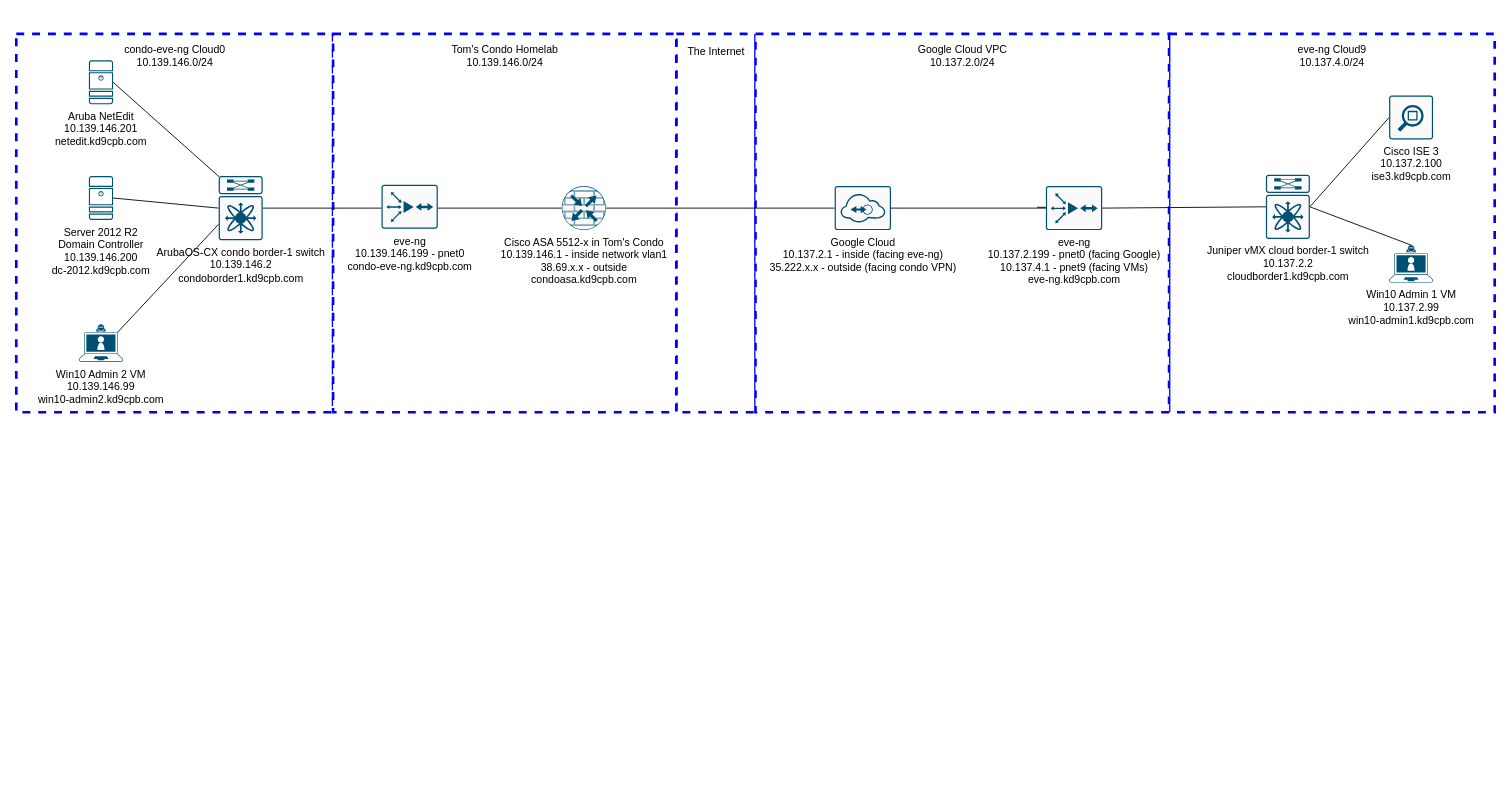
This is lab1/initial_lab.drawio from lboue/homelab, a draw.io file, before an edit. Source tidied: cells renumbered, new cells numbered last; positions are measured from the earlier drawing's top-left corner, leaving out a move shared by most shapes. Both pictures are drawn from the tidied source at 88%, with x=0, y=0 at pixel (16, 33).
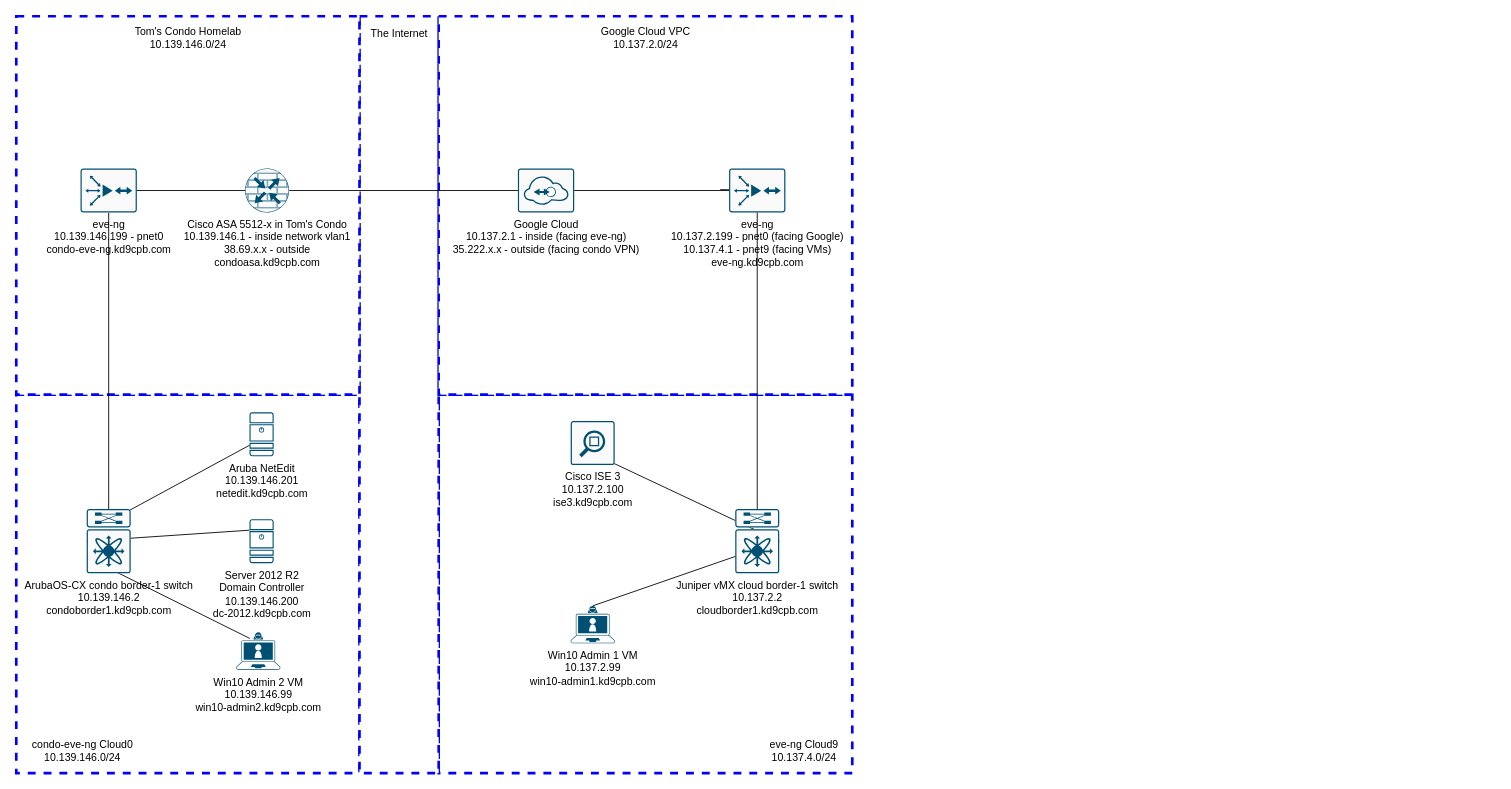
The same diagram, later.

Commit message (it also covers changes not shown here):
Initial Lab Diagrams

What changed in the source:
```diff
@@
     <mxCell id="2" style="whiteSpace=wrap;html=1;dashed=1;strokeWidth=3;strokeColor=#0000FF;" parent="1" vertex="1">
-      <mxGeometry width="360" height="430" as="geometry" />
+      <mxGeometry y="410" width="390" height="430" as="geometry" />
     </mxCell>
     <mxCell id="3" style="whiteSpace=wrap;html=1;dashed=1;strokeWidth=3;strokeColor=#0000FF;" parent="1" vertex="1">
-      <mxGeometry x="1310" width="370" height="430" as="geometry" />
+      <mxGeometry x="480" y="410" width="470" height="430" as="geometry" />
     </mxCell>
     <mxCell id="4" style="whiteSpace=wrap;html=1;dashed=1;strokeWidth=3;strokeColor=#0000FF;" parent="1" vertex="1">
-      <mxGeometry x="750" width="90" height="430" as="geometry" />
+      <mxGeometry x="390" y="-20" width="90" height="860" as="geometry" />
     </mxCell>
     <mxCell id="5" style="whiteSpace=wrap;html=1;dashed=1;strokeWidth=3;strokeColor=#0000FF;" parent="1" vertex="1">
-      <mxGeometry x="840" width="470" height="430" as="geometry" />
+      <mxGeometry x="480" y="-20" width="470" height="430" as="geometry" />
     </mxCell>
     <mxCell id="6" style="whiteSpace=wrap;html=1;dashed=1;strokeWidth=3;strokeColor=#0000FF;" parent="1" vertex="1">
-      <mxGeometry x="360" width="390" height="430" as="geometry" />
+      <mxGeometry y="-20" width="390" height="430" as="geometry" />
     </mxCell>
@@
     <mxCell id="8" value="Cisco ISE 3&lt;br&gt;10.137.2.100&lt;br&gt;ise3.kd9cpb.com" style="points=[[0.015,0.015,0],[0.985,0.015,0],[0.985,0.985,0],[0.015,0.985,0],[0.25,0,0],[0.5,0,0],[0.75,0,0],[1,0.25,0],[1,0.5,0],[1,0.75,0],[0.75,1,0],[0.5,1,0],[0.25,1,0],[0,0.75,0],[0,0.5,0],[0,0.25,0]];verticalLabelPosition=bottom;html=1;verticalAlign=top;align=center;shape=mxgraph.cisco19.rect;prIcon=net_mgmt_appliance;fillColor=#FAFAFA;strokeColor=#005073;" parent="1" vertex="1">
-      <mxGeometry x="1560" y="70" width="50" height="50" as="geometry" />
+      <mxGeometry x="630" y="440" width="50" height="50" as="geometry" />
     </mxCell>
     <mxCell id="9" value="Win10 Admin 1 VM&lt;br&gt;10.137.2.99&lt;br&gt;win10-admin1.kd9cpb.com" style="points=[[0.13,0.225,0],[0.5,0,0],[0.87,0.225,0],[0.885,0.5,0],[0.985,0.99,0],[0.5,1,0],[0.015,0.99,0],[0.115,0.5,0]];verticalLabelPosition=bottom;html=1;verticalAlign=top;align=center;shape=mxgraph.cisco19.laptop_video_client;fillColor=#005073;strokeColor=none;" parent="1" vertex="1">
-      <mxGeometry x="1560" y="240" width="50" height="42.5" as="geometry" />
+      <mxGeometry x="630" y="650" width="50" height="42.5" as="geometry" />
     </mxCell>
@@
     <mxCell id="11" value="Juniper vMX cloud border-1 switch&lt;br&gt;10.137.2.2&lt;br&gt;cloudborder1.kd9cpb.com" style="points=[[0.015,0.015,0],[0.985,0.015,0],[0.985,0.985,0],[0.015,0.985,0],[0.25,0,0],[0.5,0,0],[0.75,0,0],[1,0.25,0],[1,0.5,0],[1,0.75,0],[0.75,1,0],[0.5,1,0],[0.25,1,0],[0,0.75,0],[0,0.5,0],[0,0.25,0]];verticalLabelPosition=bottom;html=1;verticalAlign=top;align=center;shape=mxgraph.cisco19.rect;prIcon=nexus_7k;fillColor=#FAFAFA;strokeColor=#005073;" parent="1" vertex="1">
-      <mxGeometry x="1420" y="160" width="50" height="73" as="geometry" />
+      <mxGeometry x="817" y="540" width="50" height="73" as="geometry" />
     </mxCell>
     <mxCell id="12" style="rounded=0;jettySize=auto;html=1;exitX=1;exitY=0.5;exitDx=0;exitDy=0;exitPerimeter=0;endArrow=none;endFill=0;" parent="1" edge="1" source="28">
       <mxGeometry relative="1" as="geometry">
-        <mxPoint x="1160" y="197" as="targetPoint" />
+        <mxPoint x="800" y="177" as="targetPoint" />
       </mxGeometry>
     </mxCell>
     <mxCell id="13" value="Google Cloud&lt;br&gt;10.137.2.1 - inside (facing eve-ng)&lt;br&gt;35.222.x.x - outside (facing condo VPN)" style="points=[[0.015,0.015,0],[0.985,0.015,0],[0.985,0.985,0],[0.015,0.985,0],[0.25,0,0],[0.5,0,0],[0.75,0,0],[1,0.25,0],[1,0.5,0],[1,0.75,0],[0.75,1,0],[0.5,1,0],[0.25,1,0],[0,0.75,0],[0,0.5,0],[0,0.25,0]];verticalLabelPosition=bottom;html=1;verticalAlign=top;align=center;shape=mxgraph.cisco19.rect;prIcon=nexus_1010;fillColor=#FAFAFA;strokeColor=#005073;" parent="1" vertex="1">
-      <mxGeometry x="930" y="173" width="64" height="50" as="geometry" />
+      <mxGeometry x="570" y="153" width="64" height="50" as="geometry" />
     </mxCell>
@@
-    <mxCell id="15" style="edgeStyle=none;rounded=0;jettySize=auto;html=1;exitX=0;exitY=0.5;exitDx=0;exitDy=0;exitPerimeter=0;entryX=1;entryY=0.5;entryDx=0;entryDy=0;entryPerimeter=0;endArrow=none;endFill=0;" parent="1" edge="1" source="16" target="22">
+    <mxCell id="15" style="edgeStyle=none;rounded=0;jettySize=auto;html=1;entryX=0.5;entryY=0;entryDx=0;entryDy=0;entryPerimeter=0;endArrow=none;endFill=0;" parent="1" edge="1" source="32" target="22">
       <mxGeometry relative="1" as="geometry" />
     </mxCell>
     <mxCell id="16" value="Cisco ASA 5512-x in Tom's Condo&lt;br&gt;10.139.146.1 - inside network vlan1&lt;br&gt;38.69.x.x - outside&lt;br&gt;condoasa.kd9cpb.com" style="points=[[0.5,0,0],[1,0.5,0],[0.5,1,0],[0,0.5,0],[0.145,0.145,0],[0.8555,0.145,0],[0.855,0.8555,0],[0.145,0.855,0]];verticalLabelPosition=bottom;html=1;verticalAlign=top;align=center;shape=mxgraph.cisco19.rect;prIcon=router_with_firewall;fillColor=#FAFAFA;strokeColor=#005073;" parent="1" vertex="1">
-      <mxGeometry x="620" y="173" width="50" height="50" as="geometry" />
+      <mxGeometry x="260" y="153" width="50" height="50" as="geometry" />
     </mxCell>
     <mxCell id="17" value="Win10 Admin 2 VM&lt;br&gt;10.139.146.99&lt;br&gt;win10-admin2.kd9cpb.com" style="points=[[0.13,0.225,0],[0.5,0,0],[0.87,0.225,0],[0.885,0.5,0],[0.985,0.99,0],[0.5,1,0],[0.015,0.99,0],[0.115,0.5,0]];verticalLabelPosition=bottom;html=1;verticalAlign=top;align=center;shape=mxgraph.cisco19.laptop_video_client;fillColor=#005073;strokeColor=none;" parent="1" vertex="1">
-      <mxGeometry x="71.2" y="330" width="50" height="42.5" as="geometry" />
+      <mxGeometry x="250" y="680" width="50" height="42.5" as="geometry" />
     </mxCell>
     <mxCell id="18" value="Server 2012 R2 &lt;br&gt;Domain Controller&lt;br&gt;10.139.146.200&lt;br&gt;dc-2012.kd9cpb.com" style="points=[[0.015,0.015,0],[0.985,0.015,0],[0.985,0.985,0],[0.015,0.985,0],[0.25,0,0],[0.5,0,0],[0.75,0,0],[1,0.25,0],[1,0.5,0],[1,0.75,0],[0.75,1,0],[0.5,1,0],[0.25,1,0],[0,0.75,0],[0,0.5,0],[0,0.25,0]];verticalLabelPosition=bottom;html=1;verticalAlign=top;align=center;shape=mxgraph.cisco19.server;fillColor=#005073;strokeColor=none;" parent="1" vertex="1">
-      <mxGeometry x="82.5" y="161.5" width="27.5" height="50" as="geometry" />
+      <mxGeometry x="265" y="551.5" width="27.5" height="50" as="geometry" />
     </mxCell>
-    <mxCell id="19" style="edgeStyle=none;rounded=0;jettySize=auto;html=1;exitX=0.015;exitY=0.015;exitDx=0;exitDy=0;exitPerimeter=0;entryX=1;entryY=0.5;entryDx=0;entryDy=0;entryPerimeter=0;endArrow=none;endFill=0;" parent="1" edge="1" source="22" target="23">
+    <mxCell id="19" style="edgeStyle=none;rounded=0;jettySize=auto;html=1;exitX=0.985;exitY=0.015;exitDx=0;exitDy=0;exitPerimeter=0;entryX=0;entryY=0.75;entryDx=0;entryDy=0;entryPerimeter=0;endArrow=none;endFill=0;" parent="1" edge="1" source="22" target="23">
       <mxGeometry relative="1" as="geometry" />
     </mxCell>
-    <mxCell id="20" style="edgeStyle=none;rounded=0;jettySize=auto;html=1;exitX=0;exitY=0.5;exitDx=0;exitDy=0;exitPerimeter=0;entryX=1;entryY=0.5;entryDx=0;entryDy=0;entryPerimeter=0;endArrow=none;endFill=0;" parent="1" edge="1" source="22" target="18">
+    <mxCell id="20" style="edgeStyle=none;rounded=0;jettySize=auto;html=1;exitX=0;exitY=0.5;exitDx=0;exitDy=0;exitPerimeter=0;endArrow=none;endFill=0;entryX=0;entryY=0.25;entryDx=0;entryDy=0;entryPerimeter=0;" parent="1" edge="1" source="22" target="18">
       <mxGeometry relative="1" as="geometry" />
     </mxCell>
-    <mxCell id="21" style="edgeStyle=none;rounded=0;jettySize=auto;html=1;exitX=0;exitY=0.75;exitDx=0;exitDy=0;exitPerimeter=0;entryX=0.87;entryY=0.225;entryDx=0;entryDy=0;entryPerimeter=0;endArrow=none;endFill=0;" parent="1" edge="1" source="22" target="17">
+    <mxCell id="21" style="edgeStyle=none;rounded=0;jettySize=auto;html=1;exitX=0;exitY=0.75;exitDx=0;exitDy=0;exitPerimeter=0;entryX=0.307;entryY=0.165;entryDx=0;entryDy=0;entryPerimeter=0;endArrow=none;endFill=0;" parent="1" edge="1" source="22" target="17">
       <mxGeometry relative="1" as="geometry" />
     </mxCell>
     <mxCell id="22" value="ArubaOS-CX condo border-1 switch&lt;br&gt;10.139.146.2&lt;br&gt;condoborder1.kd9cpb.com" style="points=[[0.015,0.015,0],[0.985,0.015,0],[0.985,0.985,0],[0.015,0.985,0],[0.25,0,0],[0.5,0,0],[0.75,0,0],[1,0.25,0],[1,0.5,0],[1,0.75,0],[0.75,1,0],[0.5,1,0],[0.25,1,0],[0,0.75,0],[0,0.5,0],[0,0.25,0]];verticalLabelPosition=bottom;html=1;verticalAlign=top;align=center;shape=mxgraph.cisco19.rect;prIcon=nexus_7k;fillColor=#FAFAFA;strokeColor=#005073;" parent="1" vertex="1">
-      <mxGeometry x="230" y="161.5" width="50" height="73" as="geometry" />
+      <mxGeometry x="80" y="540" width="50" height="73" as="geometry" />
     </mxCell>
     <mxCell id="23" value="Aruba NetEdit&lt;br&gt;10.139.146.201&lt;br&gt;netedit.kd9cpb.com" style="points=[[0.015,0.015,0],[0.985,0.015,0],[0.985,0.985,0],[0.015,0.985,0],[0.25,0,0],[0.5,0,0],[0.75,0,0],[1,0.25,0],[1,0.5,0],[1,0.75,0],[0.75,1,0],[0.5,1,0],[0.25,1,0],[0,0.75,0],[0,0.5,0],[0,0.25,0]];verticalLabelPosition=bottom;html=1;verticalAlign=top;align=center;shape=mxgraph.cisco19.server;fillColor=#005073;strokeColor=none;" parent="1" vertex="1">
-      <mxGeometry x="82.5" y="30" width="27.5" height="50" as="geometry" />
+      <mxGeometry x="265" y="430" width="27.5" height="50" as="geometry" />
     </mxCell>
     <mxCell id="24" style="edgeStyle=orthogonalEdgeStyle;rounded=0;orthogonalLoop=1;jettySize=auto;html=1;exitX=0.5;exitY=1;exitDx=0;exitDy=0;exitPerimeter=0;" parent="1" edge="1">
       <mxGeometry relative="1" as="geometry">
-        <mxPoint x="390" y="662.5" as="sourcePoint" />
-        <mxPoint x="390" y="662.5" as="targetPoint" />
+        <mxPoint x="30" y="642.5" as="sourcePoint" />
+        <mxPoint x="30" y="642.5" as="targetPoint" />
       </mxGeometry>
     </mxCell>
     <mxCell id="25" value="Google Cloud VPC&lt;br&gt;10.137.2.0/24" style="text;html=1;align=center;verticalAlign=middle;" parent="1" vertex="1">
-      <mxGeometry x="1015" y="10" width="120" height="30" as="geometry" />
+      <mxGeometry x="655" y="-10" width="120" height="30" as="geometry" />
     </mxCell>
     <mxCell id="26" value="The Internet" style="text;html=1;align=center;verticalAlign=middle;" parent="1" vertex="1">
-      <mxGeometry x="755" y="10" width="80" height="20" as="geometry" />
+      <mxGeometry x="395" y="-10" width="80" height="20" as="geometry" />
     </mxCell>
     <mxCell id="27" value="Tom's Condo Homelab&lt;br&gt;10.139.146.0/24" style="text;html=1;align=center;verticalAlign=middle;" parent="1" vertex="1">
-      <mxGeometry x="485" y="10" width="140" height="30" as="geometry" />
+      <mxGeometry x="125" y="-10" width="140" height="30" as="geometry" />
     </mxCell>
     <mxCell id="28" value="eve-ng&lt;br&gt;10.137.2.199 - pnet0 (facing Google)&lt;br&gt;10.137.4.1 - pnet9 (facing VMs)&lt;br&gt;eve-ng.kd9cpb.com" style="points=[[0.015,0.015,0],[0.985,0.015,0],[0.985,0.985,0],[0.015,0.985,0],[0.25,0,0],[0.5,0,0],[0.75,0,0],[1,0.25,0],[1,0.5,0],[1,0.75,0],[0.75,1,0],[0.5,1,0],[0.25,1,0],[0,0.75,0],[0,0.5,0],[0,0.25,0]];verticalLabelPosition=bottom;html=1;verticalAlign=top;align=center;shape=mxgraph.cisco19.rect;prIcon=router_with_firewall2;fillColor=#FAFAFA;strokeColor=#005073;" parent="1" vertex="1">
-      <mxGeometry x="1170" y="173" width="64" height="50" as="geometry" />
+      <mxGeometry x="810" y="153" width="64" height="50" as="geometry" />
     </mxCell>
@@
-    <mxCell id="30" style="rounded=0;jettySize=auto;html=1;exitX=1;exitY=0.5;exitDx=0;exitDy=0;exitPerimeter=0;endArrow=none;endFill=0;entryX=0;entryY=0.5;entryDx=0;entryDy=0;entryPerimeter=0;" parent="1" edge="1" source="28" target="11">
+    <mxCell id="30" style="rounded=0;jettySize=auto;html=1;exitX=0.5;exitY=1;exitDx=0;exitDy=0;exitPerimeter=0;endArrow=none;endFill=0;entryX=0.5;entryY=0;entryDx=0;entryDy=0;entryPerimeter=0;" parent="1" edge="1" source="28" target="11">
       <mxGeometry relative="1" as="geometry" />
     </mxCell>
     <mxCell id="31" value="eve-ng Cloud9&lt;br&gt;10.137.4.0/24" style="text;html=1;align=center;verticalAlign=middle;" parent="1" vertex="1">
-      <mxGeometry x="1450" y="10" width="90" height="30" as="geometry" />
+      <mxGeometry x="850" y="800" width="90" height="30" as="geometry" />
     </mxCell>
     <mxCell id="32" value="eve-ng&lt;br&gt;10.139.146.199 - pnet0&lt;br&gt;condo-eve-ng.kd9cpb.com" style="points=[[0.015,0.015,0],[0.985,0.015,0],[0.985,0.985,0],[0.015,0.985,0],[0.25,0,0],[0.5,0,0],[0.75,0,0],[1,0.25,0],[1,0.5,0],[1,0.75,0],[0.75,1,0],[0.5,1,0],[0.25,1,0],[0,0.75,0],[0,0.5,0],[0,0.25,0]];verticalLabelPosition=bottom;html=1;verticalAlign=top;align=center;shape=mxgraph.cisco19.rect;prIcon=router_with_firewall2;fillColor=#FAFAFA;strokeColor=#005073;" parent="1" vertex="1">
-      <mxGeometry x="415" y="171.5" width="64" height="50" as="geometry" />
+      <mxGeometry x="73" y="153" width="64" height="50" as="geometry" />
     </mxCell>
     <mxCell id="33" value="condo-eve-ng Cloud0&lt;br&gt;10.139.146.0/24" style="text;html=1;align=center;verticalAlign=middle;" parent="1" vertex="1">
-      <mxGeometry x="115" y="10" width="130" height="30" as="geometry" />
+      <mxGeometry x="10" y="800" width="130" height="30" as="geometry" />
     </mxCell>
+    <mxCell id="34" style="edgeStyle=orthogonalEdgeStyle;rounded=0;jettySize=auto;html=1;exitX=1;exitY=0.5;exitDx=0;exitDy=0;exitPerimeter=0;entryX=0;entryY=0.5;entryDx=0;entryDy=0;entryPerimeter=0;endArrow=none;endFill=0;" parent="1" edge="1" source="32" target="16">
+      <mxGeometry relative="1" as="geometry" />
+    </mxCell>
```
